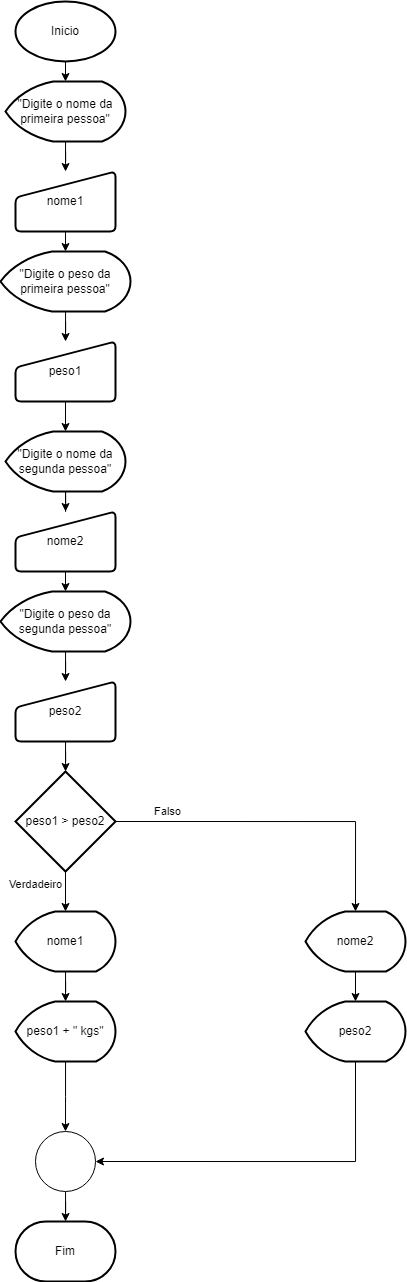
MatheusKan/atividadeJS_SE keeps this draw.io diagram as 2 - obeso.png. Above is the earlier version. Source tidied: cells renumbered, new cells last; positions are measured from the earlier drawing's top-left corner, leaving out a move shared by most shapes.
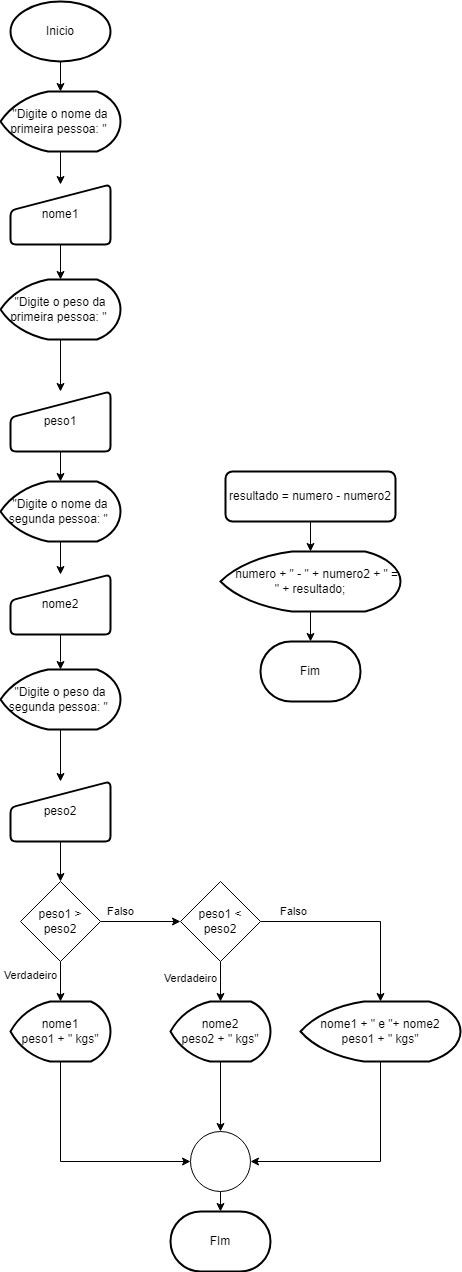
The same diagram one commit later.

What changed in the source:
```diff
@@ -2,113 +2,144 @@
   <root>
     <mxCell id="0" />
     <mxCell id="1" parent="0" />
-    <mxCell id="2" style="edgeStyle=orthogonalEdgeStyle;rounded=0;jettySize=auto;html=1;exitX=0.5;exitY=1;exitDx=0;exitDy=0;exitPerimeter=0;entryX=0.5;entryY=0;entryDx=0;entryDy=0;entryPerimeter=0;" parent="1" edge="1" source="3" target="5">
-      <mxGeometry relative="1" as="geometry" />
-    </mxCell>
+    <mxCell id="36" style="edgeStyle=orthogonalEdgeStyle;rounded=0;jettySize=auto;html=1;" parent="1" edge="1" source="37" target="11">
+      <mxGeometry relative="1" as="geometry" />
+    </mxCell>
+    <mxCell id="37" value="&quot;Digite o peso da primeira pessoa: &quot;&amp;nbsp;" style="strokeWidth=2;html=1;shape=mxgraph.flowchart.display;whiteSpace=wrap;" parent="1" vertex="1">
+      <mxGeometry x="5" y="58" width="120" height="60" as="geometry" />
+    </mxCell>
+    <mxCell id="11" value="peso1" style="html=1;strokeWidth=2;shape=manualInput;whiteSpace=wrap;rounded=1;size=26;arcSize=11;" parent="1" vertex="1">
+      <mxGeometry x="15" y="170" width="100" height="60" as="geometry" />
+    </mxCell>
+    <mxCell id="35" value="Fim" style="strokeWidth=2;html=1;shape=mxgraph.flowchart.terminator;whiteSpace=wrap;" parent="1" vertex="1">
+      <mxGeometry x="265" y="420" width="100" height="60" as="geometry" />
+    </mxCell>
+    <mxCell id="38" style="edgeStyle=orthogonalEdgeStyle;rounded=0;jettySize=auto;html=1;" parent="1" edge="1" source="3" target="40">
+      <mxGeometry relative="1" as="geometry" />
+    </mxCell>
     <mxCell id="3" value="Inicio" style="strokeWidth=2;html=1;shape=mxgraph.flowchart.start_1;whiteSpace=wrap;" parent="1" vertex="1">
-      <mxGeometry x="15" width="100" height="60" as="geometry" />
+      <mxGeometry x="15" y="-220" width="100" height="60" as="geometry" />
     </mxCell>
-    <mxCell id="4" style="edgeStyle=orthogonalEdgeStyle;rounded=0;jettySize=auto;html=1;" parent="1" edge="1" source="5" target="7">
-      <mxGeometry relative="1" as="geometry" />
-    </mxCell>
-    <mxCell id="5" value="&quot;Digite o nome da primeira pessoa&quot;" style="strokeWidth=2;html=1;shape=mxgraph.flowchart.display;whiteSpace=wrap;" parent="1" vertex="1">
-      <mxGeometry x="5" y="80" width="120" height="60" as="geometry" />
-    </mxCell>
-    <mxCell id="6" style="edgeStyle=orthogonalEdgeStyle;rounded=0;jettySize=auto;html=1;exitX=0.5;exitY=1;exitDx=0;exitDy=0;entryX=0.5;entryY=0;entryDx=0;entryDy=0;entryPerimeter=0;" parent="1" edge="1" source="7" target="9">
-      <mxGeometry relative="1" as="geometry" />
-    </mxCell>
+    <mxCell id="39" style="edgeStyle=orthogonalEdgeStyle;rounded=0;jettySize=auto;html=1;" parent="1" edge="1" source="40" target="7">
+      <mxGeometry relative="1" as="geometry" />
+    </mxCell>
+    <mxCell id="40" value="&quot;Digite o nome da primeira pessoa: &quot;&amp;nbsp;" style="strokeWidth=2;html=1;shape=mxgraph.flowchart.display;whiteSpace=wrap;" parent="1" vertex="1">
+      <mxGeometry x="5" y="-130" width="120" height="60" as="geometry" />
+    </mxCell>
+    <mxCell id="41" style="edgeStyle=orthogonalEdgeStyle;rounded=0;jettySize=auto;html=1;" parent="1" edge="1" source="7" target="37">
+      <mxGeometry relative="1" as="geometry" />
+    </mxCell>
     <mxCell id="7" value="nome1" style="html=1;strokeWidth=2;shape=manualInput;whiteSpace=wrap;rounded=1;size=26;arcSize=11;" parent="1" vertex="1">
-      <mxGeometry x="15" y="170" width="100" height="60" as="geometry" />
+      <mxGeometry x="15" y="-37" width="100" height="60" as="geometry" />
     </mxCell>
-    <mxCell id="8" style="edgeStyle=orthogonalEdgeStyle;rounded=0;jettySize=auto;html=1;" parent="1" edge="1" source="9" target="11">
-      <mxGeometry relative="1" as="geometry" />
-    </mxCell>
-    <mxCell id="9" value="&quot;Digite o peso da primeira pessoa&quot;" style="strokeWidth=2;html=1;shape=mxgraph.flowchart.display;whiteSpace=wrap;" parent="1" vertex="1">
-      <mxGeometry y="250" width="130" height="60" as="geometry" />
-    </mxCell>
-    <mxCell id="10" style="edgeStyle=orthogonalEdgeStyle;rounded=0;jettySize=auto;html=1;exitX=0.5;exitY=1;exitDx=0;exitDy=0;entryX=0.5;entryY=0;entryDx=0;entryDy=0;entryPerimeter=0;" parent="1" edge="1" source="11" target="13">
-      <mxGeometry relative="1" as="geometry" />
-    </mxCell>
-    <mxCell id="11" value="peso1" style="html=1;strokeWidth=2;shape=manualInput;whiteSpace=wrap;rounded=1;size=26;arcSize=11;" parent="1" vertex="1">
-      <mxGeometry x="15" y="340" width="100" height="60" as="geometry" />
-    </mxCell>
-    <mxCell id="12" style="edgeStyle=orthogonalEdgeStyle;rounded=0;jettySize=auto;html=1;" parent="1" edge="1" source="13" target="15">
-      <mxGeometry relative="1" as="geometry" />
-    </mxCell>
-    <mxCell id="13" value="&quot;Digite o nome da segunda pessoa&quot;" style="strokeWidth=2;html=1;shape=mxgraph.flowchart.display;whiteSpace=wrap;" parent="1" vertex="1">
-      <mxGeometry x="5" y="430" width="120" height="60" as="geometry" />
-    </mxCell>
-    <mxCell id="14" style="edgeStyle=orthogonalEdgeStyle;rounded=0;jettySize=auto;html=1;exitX=0.5;exitY=1;exitDx=0;exitDy=0;entryX=0.5;entryY=0;entryDx=0;entryDy=0;entryPerimeter=0;" parent="1" edge="1" source="15" target="17">
-      <mxGeometry relative="1" as="geometry" />
-    </mxCell>
-    <mxCell id="15" value="nome2" style="html=1;strokeWidth=2;shape=manualInput;whiteSpace=wrap;rounded=1;size=26;arcSize=11;" parent="1" vertex="1">
-      <mxGeometry x="15" y="510" width="100" height="60" as="geometry" />
-    </mxCell>
-    <mxCell id="16" style="edgeStyle=orthogonalEdgeStyle;rounded=0;jettySize=auto;html=1;" parent="1" edge="1" source="17" target="19">
-      <mxGeometry relative="1" as="geometry" />
-    </mxCell>
-    <mxCell id="17" value="&quot;Digite o peso da segunda pessoa&quot;" style="strokeWidth=2;html=1;shape=mxgraph.flowchart.display;whiteSpace=wrap;" parent="1" vertex="1">
-      <mxGeometry y="590" width="130" height="60" as="geometry" />
-    </mxCell>
+    <mxCell id="42" style="edgeStyle=orthogonalEdgeStyle;rounded=0;jettySize=auto;html=1;" parent="1" edge="1" source="43" target="45">
+      <mxGeometry relative="1" as="geometry" />
+    </mxCell>
+    <mxCell id="43" value="resultado = numero - numero2" style="rounded=1;whiteSpace=wrap;html=1;absoluteArcSize=1;arcSize=14;strokeWidth=2;" parent="1" vertex="1">
+      <mxGeometry x="230" y="250" width="170" height="50" as="geometry" />
+    </mxCell>
+    <mxCell id="44" style="edgeStyle=orthogonalEdgeStyle;rounded=0;jettySize=auto;html=1;" parent="1" edge="1" source="45" target="35">
+      <mxGeometry relative="1" as="geometry" />
+    </mxCell>
+    <mxCell id="45" value="&lt;span style=&quot;&quot;&gt;&lt;span style=&quot;&quot;&gt;&amp;nbsp;&amp;nbsp;&amp;nbsp;&amp;nbsp;&lt;/span&gt;&lt;/span&gt;numero + &quot; - &quot; + numero2 + &quot; = &quot; + resultado;" style="strokeWidth=2;html=1;shape=mxgraph.flowchart.display;whiteSpace=wrap;" parent="1" vertex="1">
+      <mxGeometry x="225" y="330" width="180" height="60" as="geometry" />
+    </mxCell>
+    <mxCell id="46" style="edgeStyle=orthogonalEdgeStyle;rounded=0;jettySize=auto;html=1;" parent="1" edge="1" source="47" target="19">
+      <mxGeometry relative="1" as="geometry" />
+    </mxCell>
+    <mxCell id="47" value="&quot;Digite o peso da segunda pessoa: &quot;&amp;nbsp;" style="strokeWidth=2;html=1;shape=mxgraph.flowchart.display;whiteSpace=wrap;" parent="1" vertex="1">
+      <mxGeometry x="5" y="448" width="120" height="60" as="geometry" />
+    </mxCell>
     <mxCell id="18" style="edgeStyle=orthogonalEdgeStyle;rounded=0;jettySize=auto;html=1;" parent="1" edge="1" source="19" target="24">
       <mxGeometry relative="1" as="geometry" />
     </mxCell>
     <mxCell id="19" value="peso2" style="html=1;strokeWidth=2;shape=manualInput;whiteSpace=wrap;rounded=1;size=26;arcSize=11;" parent="1" vertex="1">
-      <mxGeometry x="15" y="680" width="100" height="60" as="geometry" />
+      <mxGeometry x="15" y="560" width="100" height="60" as="geometry" />
     </mxCell>
-    <mxCell id="20" style="edgeStyle=orthogonalEdgeStyle;rounded=0;jettySize=auto;html=1;exitX=0.5;exitY=1;exitDx=0;exitDy=0;exitPerimeter=0;entryX=0.5;entryY=0;entryDx=0;entryDy=0;entryPerimeter=0;" parent="1" edge="1" source="24" target="26">
-      <mxGeometry relative="1" as="geometry" />
-    </mxCell>
+    <mxCell id="48" style="edgeStyle=orthogonalEdgeStyle;rounded=0;jettySize=auto;html=1;" parent="1" edge="1" source="49" target="15">
+      <mxGeometry relative="1" as="geometry" />
+    </mxCell>
+    <mxCell id="49" value="&quot;Digite o nome da segunda pessoa: &quot;&amp;nbsp;" style="strokeWidth=2;html=1;shape=mxgraph.flowchart.display;whiteSpace=wrap;" parent="1" vertex="1">
+      <mxGeometry x="5" y="260" width="120" height="60" as="geometry" />
+    </mxCell>
+    <mxCell id="50" style="edgeStyle=orthogonalEdgeStyle;rounded=0;jettySize=auto;html=1;" parent="1" edge="1" source="15" target="47">
+      <mxGeometry relative="1" as="geometry">
+        <Array as="points">
+          <mxPoint x="65" y="440" />
+          <mxPoint x="65" y="440" />
+        </Array>
+      </mxGeometry>
+    </mxCell>
+    <mxCell id="15" value="nome2" style="html=1;strokeWidth=2;shape=manualInput;whiteSpace=wrap;rounded=1;size=26;arcSize=11;" parent="1" vertex="1">
+      <mxGeometry x="15" y="353" width="100" height="60" as="geometry" />
+    </mxCell>
+    <mxCell id="51" style="edgeStyle=orthogonalEdgeStyle;rounded=0;jettySize=auto;html=1;exitX=0.5;exitY=1;exitDx=0;exitDy=0;entryX=0.5;entryY=0;entryDx=0;entryDy=0;entryPerimeter=0;" parent="1" edge="1" source="11" target="49">
+      <mxGeometry relative="1" as="geometry" />
+    </mxCell>
+    <mxCell id="52" style="edgeStyle=orthogonalEdgeStyle;rounded=0;jettySize=auto;html=1;" parent="1" edge="1" source="24" target="55">
+      <mxGeometry relative="1" as="geometry" />
+    </mxCell>
-    <mxCell id="21" value="Verdadeiro" style="edgeLabel;html=1;align=center;verticalAlign=middle;" parent="20" vertex="1">
-      <mxGeometry x="-0.39" y="-1" relative="1" as="geometry">
-        <mxPoint x="-29" as="offset" />
+    <mxCell id="21" value="Verdadeiro" style="edgeLabel;html=1;align=center;verticalAlign=middle;" parent="52" vertex="1">
+      <mxGeometry x="-0.32" y="3" relative="1" as="geometry">
+        <mxPoint x="-33" as="offset" />
       </mxGeometry>
     </mxCell>
-    <mxCell id="22" style="edgeStyle=orthogonalEdgeStyle;rounded=0;jettySize=auto;html=1;exitX=1;exitY=0.5;exitDx=0;exitDy=0;exitPerimeter=0;entryX=0.5;entryY=0;entryDx=0;entryDy=0;entryPerimeter=0;" parent="1" edge="1" source="24" target="30">
-      <mxGeometry relative="1" as="geometry" />
-    </mxCell>
-    <mxCell id="23" value="Falso&lt;br&gt;" style="edgeLabel;html=1;align=center;verticalAlign=middle;" parent="22" vertex="1">
-      <mxGeometry x="-0.48" y="2" relative="1" as="geometry">
-        <mxPoint x="-34" y="-8" as="offset" />
-      </mxGeometry>
-    </mxCell>
+    <mxCell id="53" style="edgeStyle=orthogonalEdgeStyle;rounded=0;jettySize=auto;html=1;" parent="1" edge="1" source="24" target="60">
+      <mxGeometry relative="1" as="geometry" />
+    </mxCell>
+    <mxCell id="54" value="Falso&lt;br&gt;" style="edgeLabel;html=1;align=center;verticalAlign=middle;" parent="53" vertex="1">
+      <mxGeometry y="-3" relative="1" as="geometry">
+        <mxPoint x="-20" y="-13" as="offset" />
+      </mxGeometry>
+    </mxCell>
-    <mxCell id="24" value="peso1 &amp;gt; peso2" style="strokeWidth=2;html=1;shape=mxgraph.flowchart.decision;whiteSpace=wrap;" parent="1" vertex="1">
-      <mxGeometry x="15" y="770" width="100" height="100" as="geometry" />
+    <mxCell id="24" value="peso1 &amp;gt; peso2" style="rhombus;whiteSpace=wrap;html=1;" parent="1" vertex="1">
+      <mxGeometry x="25" y="660" width="80" height="80" as="geometry" />
     </mxCell>
-    <mxCell id="25" style="edgeStyle=orthogonalEdgeStyle;rounded=0;jettySize=auto;html=1;" parent="1" edge="1" source="26" target="28">
-      <mxGeometry relative="1" as="geometry" />
-    </mxCell>
-    <mxCell id="26" value="nome1" style="strokeWidth=2;html=1;shape=mxgraph.flowchart.display;whiteSpace=wrap;" parent="1" vertex="1">
-      <mxGeometry x="15" y="910" width="100" height="60" as="geometry" />
-    </mxCell>
-    <mxCell id="27" style="edgeStyle=orthogonalEdgeStyle;rounded=0;jettySize=auto;html=1;" parent="1" edge="1" source="28">
-      <mxGeometry relative="1" as="geometry">
-        <mxPoint x="65" y="1130" as="targetPoint" />
-      </mxGeometry>
-    </mxCell>
-    <mxCell id="28" value="peso1 + &quot; kgs&quot;" style="strokeWidth=2;html=1;shape=mxgraph.flowchart.display;whiteSpace=wrap;" parent="1" vertex="1">
-      <mxGeometry x="15" y="1000" width="100" height="60" as="geometry" />
-    </mxCell>
-    <mxCell id="29" style="edgeStyle=orthogonalEdgeStyle;rounded=0;jettySize=auto;html=1;exitX=0.5;exitY=1;exitDx=0;exitDy=0;exitPerimeter=0;entryX=0.5;entryY=0;entryDx=0;entryDy=0;entryPerimeter=0;" parent="1" edge="1" source="30" target="32">
-      <mxGeometry relative="1" as="geometry" />
-    </mxCell>
-    <mxCell id="30" value="nome2" style="strokeWidth=2;html=1;shape=mxgraph.flowchart.display;whiteSpace=wrap;" parent="1" vertex="1">
-      <mxGeometry x="305" y="910" width="100" height="60" as="geometry" />
-    </mxCell>
-    <mxCell id="31" style="edgeStyle=orthogonalEdgeStyle;rounded=0;jettySize=auto;html=1;entryX=1;entryY=0.5;entryDx=0;entryDy=0;entryPerimeter=0;exitX=0.5;exitY=1;exitDx=0;exitDy=0;exitPerimeter=0;" parent="1" edge="1" source="32" target="34">
-      <mxGeometry relative="1" as="geometry" />
-    </mxCell>
-    <mxCell id="32" value="peso2" style="strokeWidth=2;html=1;shape=mxgraph.flowchart.display;whiteSpace=wrap;" parent="1" vertex="1">
-      <mxGeometry x="305" y="1000" width="100" height="60" as="geometry" />
-    </mxCell>
-    <mxCell id="33" style="edgeStyle=orthogonalEdgeStyle;rounded=0;jettySize=auto;html=1;" parent="1" edge="1" source="34" target="35">
-      <mxGeometry relative="1" as="geometry" />
-    </mxCell>
-    <mxCell id="34" style="verticalLabelPosition=bottom;verticalAlign=top;html=1;shape=mxgraph.flowchart.on-page_reference;" parent="1" vertex="1">
-      <mxGeometry x="35" y="1130" width="60" height="60" as="geometry" />
-    </mxCell>
-    <mxCell id="35" value="Fim" style="strokeWidth=2;html=1;shape=mxgraph.flowchart.terminator;whiteSpace=wrap;" parent="1" vertex="1">
-      <mxGeometry x="15" y="1220" width="100" height="60" as="geometry" />
-    </mxCell>
+    <mxCell id="55" value="nome1&lt;br&gt;peso1 + &quot; kgs&quot;" style="strokeWidth=2;html=1;shape=mxgraph.flowchart.display;whiteSpace=wrap;" parent="1" vertex="1">
+      <mxGeometry x="15" y="780" width="100" height="60" as="geometry" />
+    </mxCell>
+    <mxCell id="56" style="edgeStyle=orthogonalEdgeStyle;rounded=0;jettySize=auto;html=1;" parent="1" edge="1" source="60" target="62">
+      <mxGeometry relative="1" as="geometry" />
+    </mxCell>
+    <mxCell id="57" value="Verdadeiro&lt;br&gt;" style="edgeLabel;html=1;align=center;verticalAlign=middle;" parent="56" vertex="1">
+      <mxGeometry x="-0.19" y="4" relative="1" as="geometry">
+        <mxPoint x="-34" as="offset" />
+      </mxGeometry>
+    </mxCell>
+    <mxCell id="58" style="edgeStyle=orthogonalEdgeStyle;rounded=0;jettySize=auto;html=1;exitX=1;exitY=0.5;exitDx=0;exitDy=0;" parent="1" edge="1" source="60" target="66">
+      <mxGeometry relative="1" as="geometry" />
+    </mxCell>
+    <mxCell id="59" value="Falso&lt;br&gt;" style="edgeLabel;html=1;align=center;verticalAlign=middle;" parent="58" vertex="1">
+      <mxGeometry x="-0.67" y="-3" relative="1" as="geometry">
+        <mxPoint y="-13" as="offset" />
+      </mxGeometry>
+    </mxCell>
+    <mxCell id="60" value="peso1 &amp;lt; peso2" style="rhombus;whiteSpace=wrap;html=1;" parent="1" vertex="1">
+      <mxGeometry x="185" y="660" width="80" height="80" as="geometry" />
+    </mxCell>
+    <mxCell id="61" style="edgeStyle=orthogonalEdgeStyle;rounded=0;jettySize=auto;html=1;" parent="1" edge="1" source="62" target="64">
+      <mxGeometry relative="1" as="geometry" />
+    </mxCell>
+    <mxCell id="62" value="nome2&lt;br&gt;peso2 + &quot; kgs&quot;" style="strokeWidth=2;html=1;shape=mxgraph.flowchart.display;whiteSpace=wrap;" parent="1" vertex="1">
+      <mxGeometry x="175" y="780" width="100" height="60" as="geometry" />
+    </mxCell>
+    <mxCell id="63" style="edgeStyle=orthogonalEdgeStyle;rounded=0;jettySize=auto;html=1;exitX=0.5;exitY=1;exitDx=0;exitDy=0;exitPerimeter=0;entryX=0.5;entryY=0;entryDx=0;entryDy=0;entryPerimeter=0;" parent="1" edge="1" source="64" target="68">
+      <mxGeometry relative="1" as="geometry" />
+    </mxCell>
+    <mxCell id="64" style="verticalLabelPosition=bottom;verticalAlign=top;html=1;shape=mxgraph.flowchart.on-page_reference;" parent="1" vertex="1">
+      <mxGeometry x="195" y="910" width="60" height="60" as="geometry" />
+    </mxCell>
+    <mxCell id="65" style="edgeStyle=orthogonalEdgeStyle;rounded=0;jettySize=auto;html=1;entryX=0;entryY=0.5;entryDx=0;entryDy=0;entryPerimeter=0;exitX=0.5;exitY=1;exitDx=0;exitDy=0;exitPerimeter=0;" parent="1" edge="1" source="55" target="64">
+      <mxGeometry relative="1" as="geometry" />
+    </mxCell>
+    <mxCell id="66" value="nome1 + &quot; e &quot;+ nome2&lt;br&gt;peso1 + &quot; kgs&quot;" style="strokeWidth=2;html=1;shape=mxgraph.flowchart.display;whiteSpace=wrap;" parent="1" vertex="1">
+      <mxGeometry x="305" y="780" width="160" height="60" as="geometry" />
+    </mxCell>
+    <mxCell id="67" style="edgeStyle=orthogonalEdgeStyle;rounded=0;jettySize=auto;html=1;exitX=0.5;exitY=1;exitDx=0;exitDy=0;exitPerimeter=0;entryX=1;entryY=0.5;entryDx=0;entryDy=0;entryPerimeter=0;" parent="1" edge="1" source="66" target="64">
+      <mxGeometry relative="1" as="geometry" />
+    </mxCell>
+    <mxCell id="68" value="FIm" style="strokeWidth=2;html=1;shape=mxgraph.flowchart.terminator;whiteSpace=wrap;" parent="1" vertex="1">
+      <mxGeometry x="175" y="990" width="100" height="60" as="geometry" />
+    </mxCell>
   </root>
 </mxGraphModel>
```
